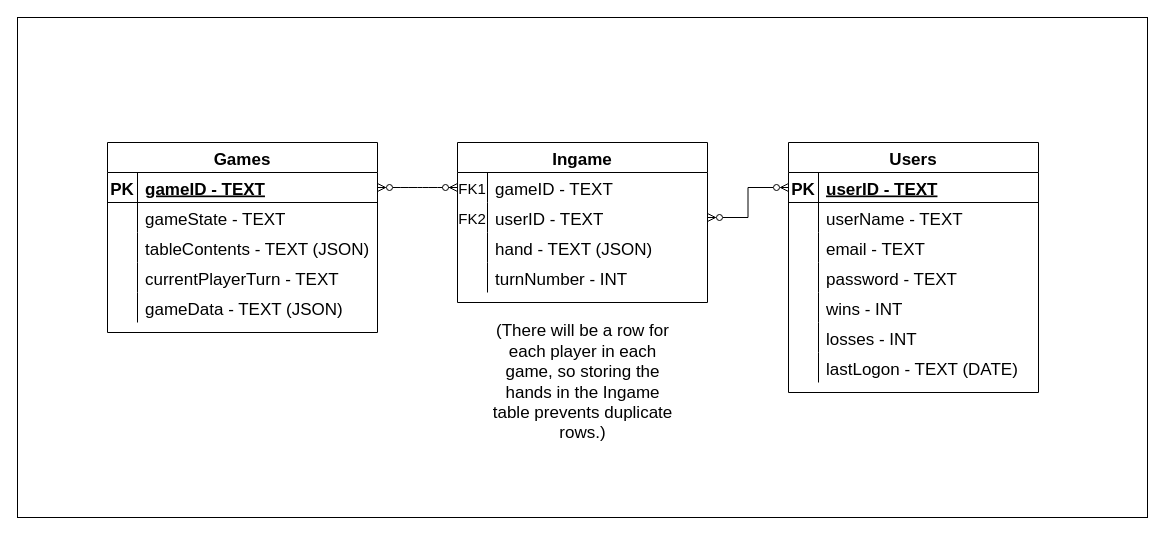
wiz-rd/Rummikub keeps this draw.io diagram as ER_Diagram_Drawio.drawio. Above is the earlier version. Source tidied: cells renumbered, new cells numbered last; positions are measured from the earlier drawing's top-left corner, leaving out a move shared by most shapes. Both pictures are drawn from the tidied source at 100%, with x=0, y=0 at pixel (17, 17).
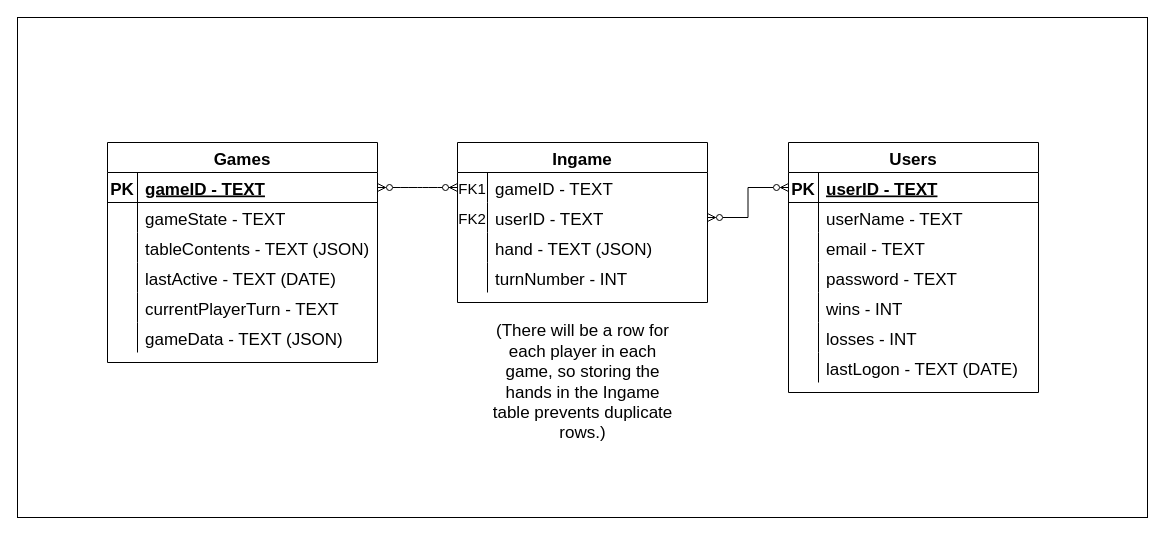
The same page after the edit.

Diff of the diagram source:
```diff
@@
     <mxCell id="39" value="Games" style="shape=table;startSize=30;childLayout=tableLayout;rowLines=0;fontStyle=1;align=center;fontSize=17;" parent="1" vertex="1">
-      <mxGeometry x="90" y="125" width="270" height="190" as="geometry" />
+      <mxGeometry x="90" y="125" width="270" height="220" as="geometry" />
     </mxCell>
@@
+    <mxCell id="57" style="shape=partialRectangle;fillColor=none;top=0;left=0;right=0;bottom=0;fontSize=17;" parent="39" vertex="1">
+      <mxGeometry y="120" width="270" height="30" as="geometry" />
+    </mxCell>
+    <mxCell id="58" style="shape=partialRectangle;overflow=hidden;fillColor=none;top=0;left=0;bottom=0;right=0;fontSize=17;" parent="57" vertex="1">
+      <mxGeometry width="30" height="30" as="geometry" />
+    </mxCell>
+    <mxCell id="59" value="lastActive - TEXT (DATE)" style="shape=partialRectangle;overflow=hidden;fillColor=none;top=0;left=0;bottom=0;right=0;align=left;spacingLeft=6;fontSize=17;" parent="57" vertex="1">
+      <mxGeometry x="30" width="240" height="30" as="geometry" />
+    </mxCell>
     <mxCell id="49" style="shape=partialRectangle;fillColor=none;top=0;left=0;right=0;bottom=0;fontSize=17;" parent="39" vertex="1">
-      <mxGeometry y="120" width="270" height="30" as="geometry" />
+      <mxGeometry y="150" width="270" height="30" as="geometry" />
     </mxCell>
@@
     <mxCell id="52" style="shape=partialRectangle;fillColor=none;top=0;left=0;right=0;bottom=0;fontSize=17;" parent="39" vertex="1">
-      <mxGeometry y="150" width="270" height="30" as="geometry" />
+      <mxGeometry y="180" width="270" height="30" as="geometry" />
     </mxCell>
```
